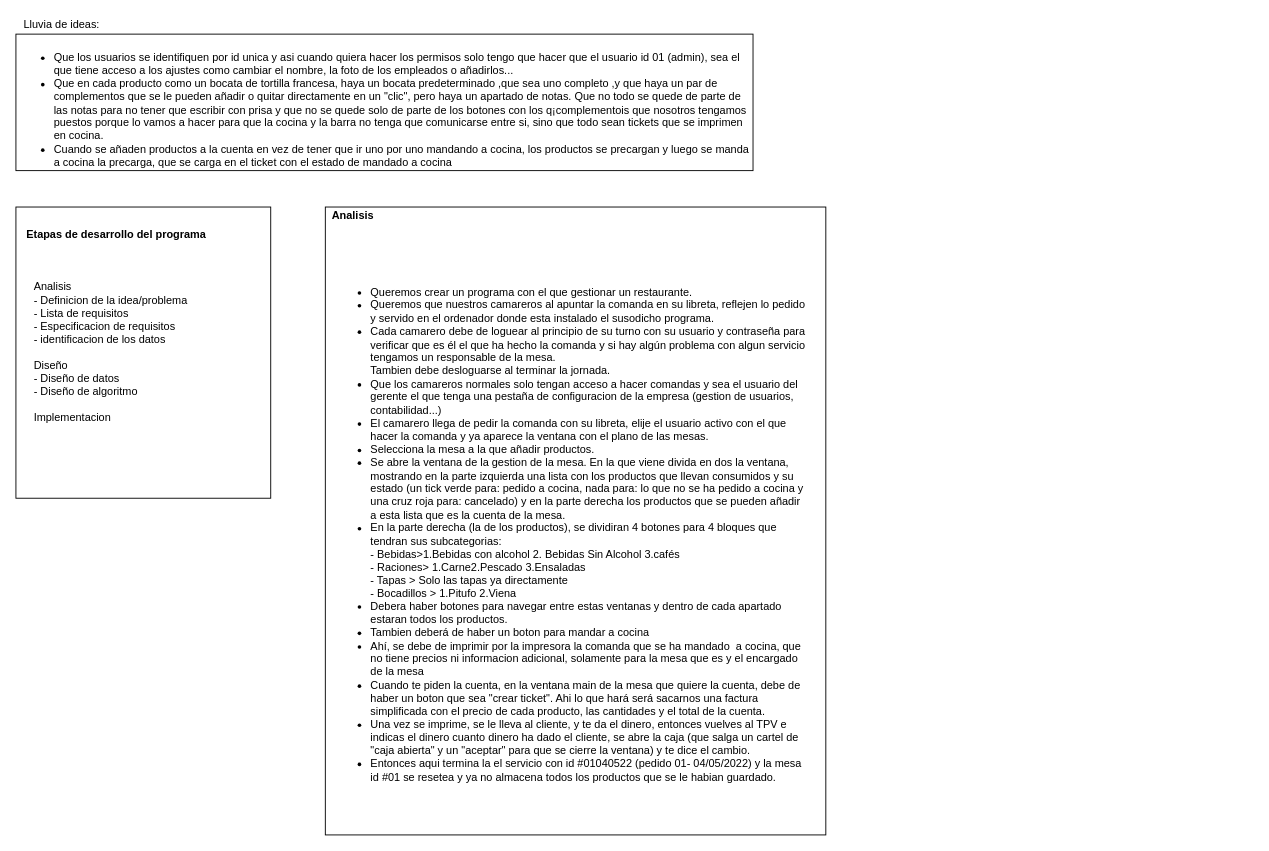
Earlier version of the draw.io diagram page "Problema" (2 of 3) of Diagrama/DiagramaTPV.drawio (pacodelarco/TPV-FranciscoDelArco). Source tidied: cells renumbered, new cells numbered last; positions are measured from the earlier drawing's top-left corner, leaving out a move shared by most shapes. Both pictures are drawn from the tidied source at 91%, with x=0, y=0 at pixel (15, 15).
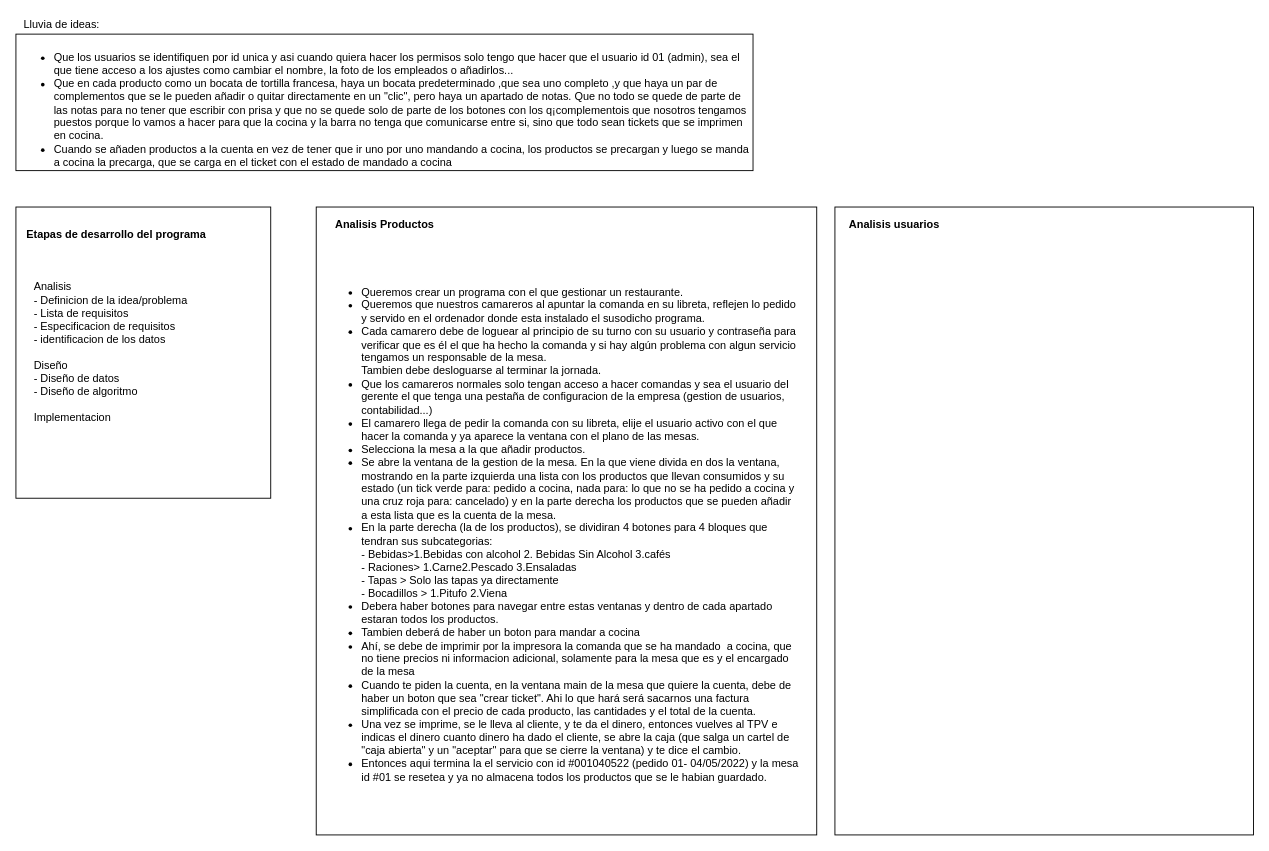
The same page after the edit.

Diff of the diagram source:
```diff
@@
 <mxGraphModel>
   <root>
     <mxCell id="0" />
     <mxCell id="1" parent="0" />
     <mxCell id="2" value="Analisis&lt;br&gt;- Definicion de la idea/problema&lt;br&gt;- Lista de requisitos&lt;br&gt;- Especificacion de requisitos&lt;br&gt;- identificacion de los datos&lt;br&gt;&lt;br&gt;Diseño&lt;br&gt;- Diseño de datos&lt;br&gt;- Diseño de algoritmo&lt;br&gt;&lt;br&gt;Implementacion" style="whiteSpace=wrap;html=1;align=left;spacingLeft=10;spacing=10;" parent="1" vertex="1">
       <mxGeometry y="210" width="280" height="320" as="geometry" />
     </mxCell>
     <mxCell id="3" value="&lt;b&gt;Etapas de desarrollo del programa&lt;/b&gt;" style="text;html=1;align=center;verticalAlign=middle;strokeColor=none;fillColor=none;" parent="1" vertex="1">
       <mxGeometry x="5" y="230" width="210" height="20" as="geometry" />
     </mxCell>
-    <mxCell id="4" value="&lt;ul style=&quot;font-size: 12px&quot;&gt;&lt;li style=&quot;font-size: 12px&quot;&gt;Queremos crear un programa con el que gestionar un restaurante.&lt;/li&gt;&lt;li style=&quot;font-size: 12px&quot;&gt;Queremos que nuestros camareros al apuntar la comanda en su libreta, reflejen lo pedido y servido en el ordenador donde esta instalado el susodicho programa.&lt;/li&gt;&lt;li style=&quot;font-size: 12px&quot;&gt;Cada camarero debe de loguear al principio de su turno con su usuario y contraseña para verificar que es él el que ha hecho la comanda y si hay algún problema con algun servicio tengamos un responsable de la mesa.&lt;br&gt;Tambien debe desloguarse al terminar la jornada.&lt;/li&gt;&lt;li style=&quot;font-size: 12px&quot;&gt;Que los camareros normales solo tengan acceso a hacer comandas y sea el usuario del gerente el que tenga una pestaña de configuracion de la empresa (gestion de usuarios, contabilidad...)&amp;nbsp;&lt;/li&gt;&lt;li style=&quot;font-size: 12px&quot;&gt;El camarero llega de pedir la comanda con su libreta, elije el usuario activo con el que hacer la comanda y ya aparece la ventana con el plano de las mesas.&lt;/li&gt;&lt;li style=&quot;font-size: 12px&quot;&gt;Selecciona la mesa a la que añadir productos.&lt;/li&gt;&lt;li style=&quot;font-size: 12px&quot;&gt;Se abre la ventana de la gestion de la mesa. En la que viene divida en dos la ventana, mostrando en la parte izquierda una lista con los productos que llevan consumidos y su estado (un tick verde para: pedido a cocina, nada para: lo que no se ha pedido a cocina y una cruz roja para: cancelado) y en la parte derecha los productos que se pueden añadir a esta lista que es la cuenta de la mesa.&lt;br&gt;&lt;/li&gt;&lt;li style=&quot;font-size: 12px&quot;&gt;En la parte derecha (la de los productos), se dividiran 4 botones para 4 bloques que tendran sus subcategorias:&lt;br&gt;- Bebidas&amp;gt;1.Bebidas con alcohol 2. Bebidas Sin Alcohol 3.cafés&lt;br&gt;- Raciones&amp;gt; 1.Carne2.Pescado 3.Ensaladas&lt;br&gt;- Tapas &amp;gt; Solo las tapas ya directamente&lt;br&gt;- Bocadillos &amp;gt; 1.Pitufo 2.Viena&lt;br&gt;&lt;/li&gt;&lt;li style=&quot;font-size: 12px&quot;&gt;Debera haber botones para navegar entre estas ventanas y dentro de cada apartado estaran todos los productos.&lt;/li&gt;&lt;li style=&quot;font-size: 12px&quot;&gt;Tambien deberá de haber un boton para mandar a cocina&lt;/li&gt;&lt;li style=&quot;font-size: 12px&quot;&gt;Ahí, se debe de imprimir por la impresora la comanda que se ha mandado&amp;nbsp; a cocina, que no tiene precios ni informacion adicional, solamente para la mesa que es y el encargado de la mesa&lt;/li&gt;&lt;li style=&quot;font-size: 12px&quot;&gt;Cuando te piden la cuenta, en la ventana main de la mesa que quiere la cuenta, debe de haber un boton que sea &quot;crear ticket&quot;. Ahi lo que hará será sacarnos una factura simplificada con el precio de cada producto, las cantidades y el total de la cuenta.&lt;/li&gt;&lt;li style=&quot;font-size: 12px&quot;&gt;Una vez se imprime, se le lleva al cliente, y te da el dinero, entonces vuelves al TPV e indicas el dinero cuanto dinero ha dado el cliente, se abre la caja (que salga un cartel de &quot;caja abierta&quot; y un &quot;aceptar&quot; para que se cierre la ventana) y te dice el cambio.&amp;nbsp;&lt;/li&gt;&lt;li style=&quot;font-size: 12px&quot;&gt;Entonces aqui termina la el servicio con id #01040522 (pedido 01- 04/05/2022) y la mesa id #01 se resetea y ya no almacena todos los productos que se le habian guardado.&lt;/li&gt;&lt;/ul&gt;" style="whiteSpace=wrap;html=1;align=left;spacingLeft=0;spacingRight=10;spacingBottom=0;spacing=10;fontSize=12;verticalAlign=middle;spacingTop=30;" parent="1" vertex="1">
-      <mxGeometry x="340" y="210" width="550" height="690" as="geometry" />
+    <mxCell id="4" value="&lt;ul style=&quot;font-size: 12px&quot;&gt;&lt;li style=&quot;font-size: 12px&quot;&gt;Queremos crear un programa con el que gestionar un restaurante.&lt;/li&gt;&lt;li style=&quot;font-size: 12px&quot;&gt;Queremos que nuestros camareros al apuntar la comanda en su libreta, reflejen lo pedido y servido en el ordenador donde esta instalado el susodicho programa.&lt;/li&gt;&lt;li style=&quot;font-size: 12px&quot;&gt;Cada camarero debe de loguear al principio de su turno con su usuario y contraseña para verificar que es él el que ha hecho la comanda y si hay algún problema con algun servicio tengamos un responsable de la mesa.&lt;br&gt;Tambien debe desloguarse al terminar la jornada.&lt;/li&gt;&lt;li style=&quot;font-size: 12px&quot;&gt;Que los camareros normales solo tengan acceso a hacer comandas y sea el usuario del gerente el que tenga una pestaña de configuracion de la empresa (gestion de usuarios, contabilidad...)&amp;nbsp;&lt;/li&gt;&lt;li style=&quot;font-size: 12px&quot;&gt;El camarero llega de pedir la comanda con su libreta, elije el usuario activo con el que hacer la comanda y ya aparece la ventana con el plano de las mesas.&lt;/li&gt;&lt;li style=&quot;font-size: 12px&quot;&gt;Selecciona la mesa a la que añadir productos.&lt;/li&gt;&lt;li style=&quot;font-size: 12px&quot;&gt;Se abre la ventana de la gestion de la mesa. En la que viene divida en dos la ventana, mostrando en la parte izquierda una lista con los productos que llevan consumidos y su estado (un tick verde para: pedido a cocina, nada para: lo que no se ha pedido a cocina y una cruz roja para: cancelado) y en la parte derecha los productos que se pueden añadir a esta lista que es la cuenta de la mesa.&lt;br&gt;&lt;/li&gt;&lt;li style=&quot;font-size: 12px&quot;&gt;En la parte derecha (la de los productos), se dividiran 4 botones para 4 bloques que tendran sus subcategorias:&lt;br&gt;- Bebidas&amp;gt;1.Bebidas con alcohol 2. Bebidas Sin Alcohol 3.cafés&lt;br&gt;- Raciones&amp;gt; 1.Carne2.Pescado 3.Ensaladas&lt;br&gt;- Tapas &amp;gt; Solo las tapas ya directamente&lt;br&gt;- Bocadillos &amp;gt; 1.Pitufo 2.Viena&lt;br&gt;&lt;/li&gt;&lt;li style=&quot;font-size: 12px&quot;&gt;Debera haber botones para navegar entre estas ventanas y dentro de cada apartado estaran todos los productos.&lt;/li&gt;&lt;li style=&quot;font-size: 12px&quot;&gt;Tambien deberá de haber un boton para mandar a cocina&lt;/li&gt;&lt;li style=&quot;font-size: 12px&quot;&gt;Ahí, se debe de imprimir por la impresora la comanda que se ha mandado&amp;nbsp; a cocina, que no tiene precios ni informacion adicional, solamente para la mesa que es y el encargado de la mesa&lt;/li&gt;&lt;li style=&quot;font-size: 12px&quot;&gt;Cuando te piden la cuenta, en la ventana main de la mesa que quiere la cuenta, debe de haber un boton que sea &quot;crear ticket&quot;. Ahi lo que hará será sacarnos una factura simplificada con el precio de cada producto, las cantidades y el total de la cuenta.&lt;/li&gt;&lt;li style=&quot;font-size: 12px&quot;&gt;Una vez se imprime, se le lleva al cliente, y te da el dinero, entonces vuelves al TPV e indicas el dinero cuanto dinero ha dado el cliente, se abre la caja (que salga un cartel de &quot;caja abierta&quot; y un &quot;aceptar&quot; para que se cierre la ventana) y te dice el cambio.&amp;nbsp;&lt;/li&gt;&lt;li style=&quot;font-size: 12px&quot;&gt;Entonces aqui termina la el servicio con id #001040522 (pedido 01- 04/05/2022) y la mesa id #01 se resetea y ya no almacena todos los productos que se le habian guardado.&lt;/li&gt;&lt;/ul&gt;" style="whiteSpace=wrap;html=1;align=left;spacingLeft=0;spacingRight=10;spacingBottom=0;spacing=10;fontSize=12;verticalAlign=middle;spacingTop=30;" parent="1" vertex="1">
+      <mxGeometry x="330" y="210" width="550" height="690" as="geometry" />
     </mxCell>
-    <mxCell id="5" value="&lt;b&gt;Analisis&lt;/b&gt;" style="text;html=1;align=center;verticalAlign=middle;strokeColor=none;fillColor=none;" parent="1" vertex="1">
-      <mxGeometry x="340" y="210" width="60" height="20" as="geometry" />
+    <mxCell id="5" value="&lt;b&gt;Analisis Productos&lt;/b&gt;" style="text;html=1;align=center;verticalAlign=middle;strokeColor=none;fillColor=none;" parent="1" vertex="1">
+      <mxGeometry x="345" y="220" width="120" height="20" as="geometry" />
     </mxCell>
     <mxCell id="6" value="&lt;ul&gt;&lt;li&gt;Que los usuarios se identifiquen por id unica y asi cuando quiera hacer los permisos solo tengo que hacer que el usuario id 01 (admin), sea el que tiene acceso a los ajustes como cambiar el nombre, la foto de los empleados o añadirlos...&lt;/li&gt;&lt;li&gt;Que en cada producto como un bocata de tortilla francesa, haya un bocata predeterminado ,que sea uno completo ,y que haya un par de complementos que se le pueden añadir o quitar directamente en un &quot;clic&quot;, pero haya un apartado de notas. Que no todo se quede de parte de las notas para no tener que escribir con prisa y que no se quede solo de parte de los botones con los q¡complementois que nosotros tengamos puestos porque lo vamos a hacer para que la cocina y la barra no tenga que comunicarse entre si, sino que todo sean tickets que se imprimen en cocina.&amp;nbsp;&lt;/li&gt;&lt;li&gt;Cuando se añaden productos a la cuenta en vez de tener que ir uno por uno mandando a cocina, los productos se precargan y luego se manda a cocina la precarga, que se carga en el ticket con el estado de mandado a cocina&lt;/li&gt;&lt;/ul&gt;" style="whiteSpace=wrap;html=1;fontSize=12;align=left;verticalAlign=top;" parent="1" vertex="1">
       <mxGeometry y="20" width="810" height="150" as="geometry" />
     </mxCell>
     <mxCell id="7" value="Lluvia de ideas:" style="text;html=1;align=center;verticalAlign=middle;strokeColor=none;fillColor=none;fontSize=12;" parent="1" vertex="1">
       <mxGeometry width="100" height="20" as="geometry" />
     </mxCell>
+    <mxCell id="8" style="whiteSpace=wrap;html=1;" parent="1" vertex="1">
+      <mxGeometry x="900" y="210" width="460" height="690" as="geometry" />
+    </mxCell>
+    <mxCell id="9" value="&lt;b&gt;Analisis usuarios&lt;/b&gt;" style="text;html=1;align=center;verticalAlign=middle;strokeColor=none;fillColor=none;" parent="1" vertex="1">
+      <mxGeometry x="910" y="220" width="110" height="20" as="geometry" />
+    </mxCell>
   </root>
 </mxGraphModel>
```
